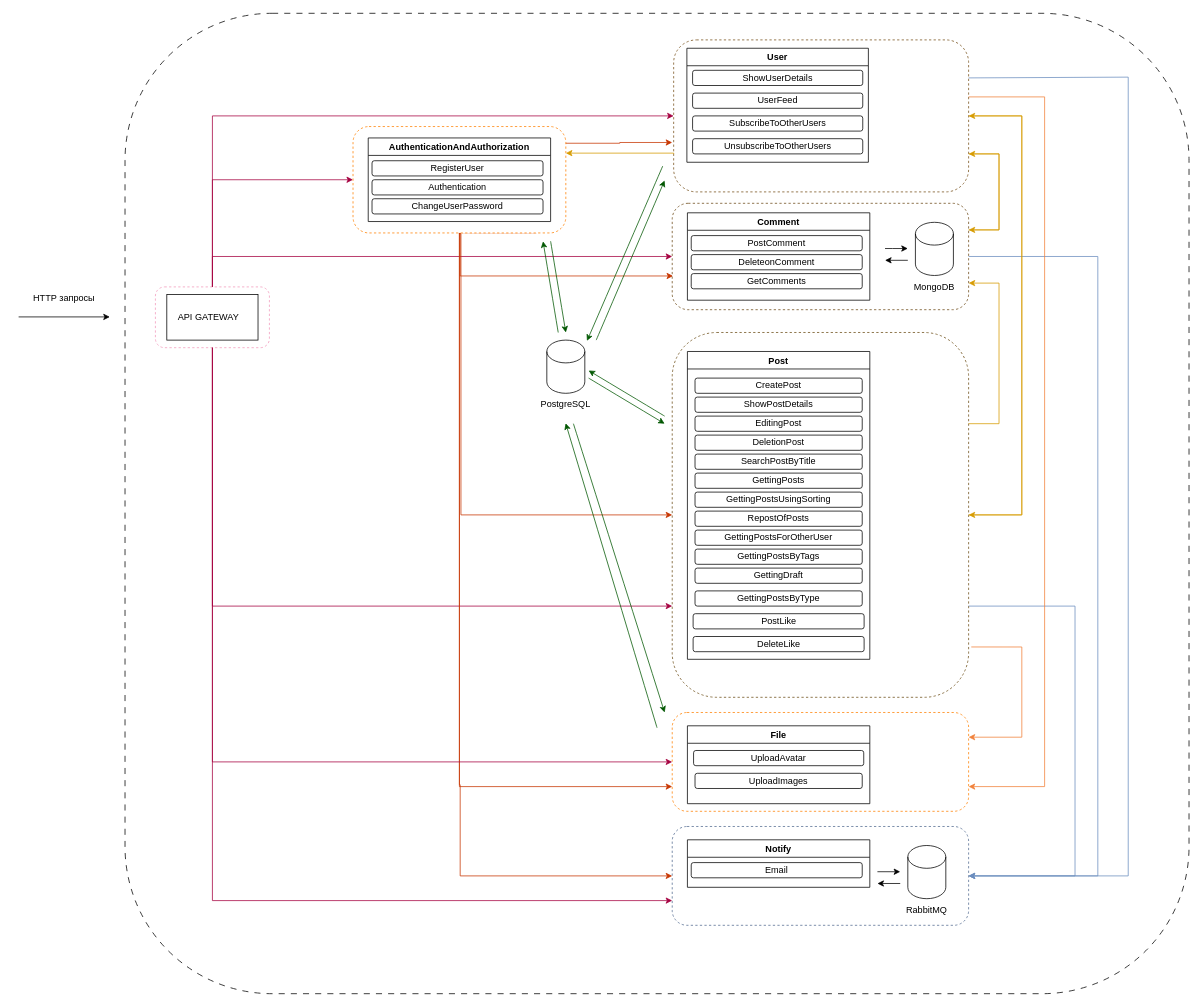
This is specification.drawio from htmlacademy-nestjs/2033003-readme-4, a draw.io file, before an edit. Source tidied: cells renumbered, new cells numbered last; positions are measured from the earlier drawing's top-left corner, leaving out a move shared by most shapes. Both pictures are drawn from the tidied source at 76%, with x=0, y=0 at pixel (18, 13).
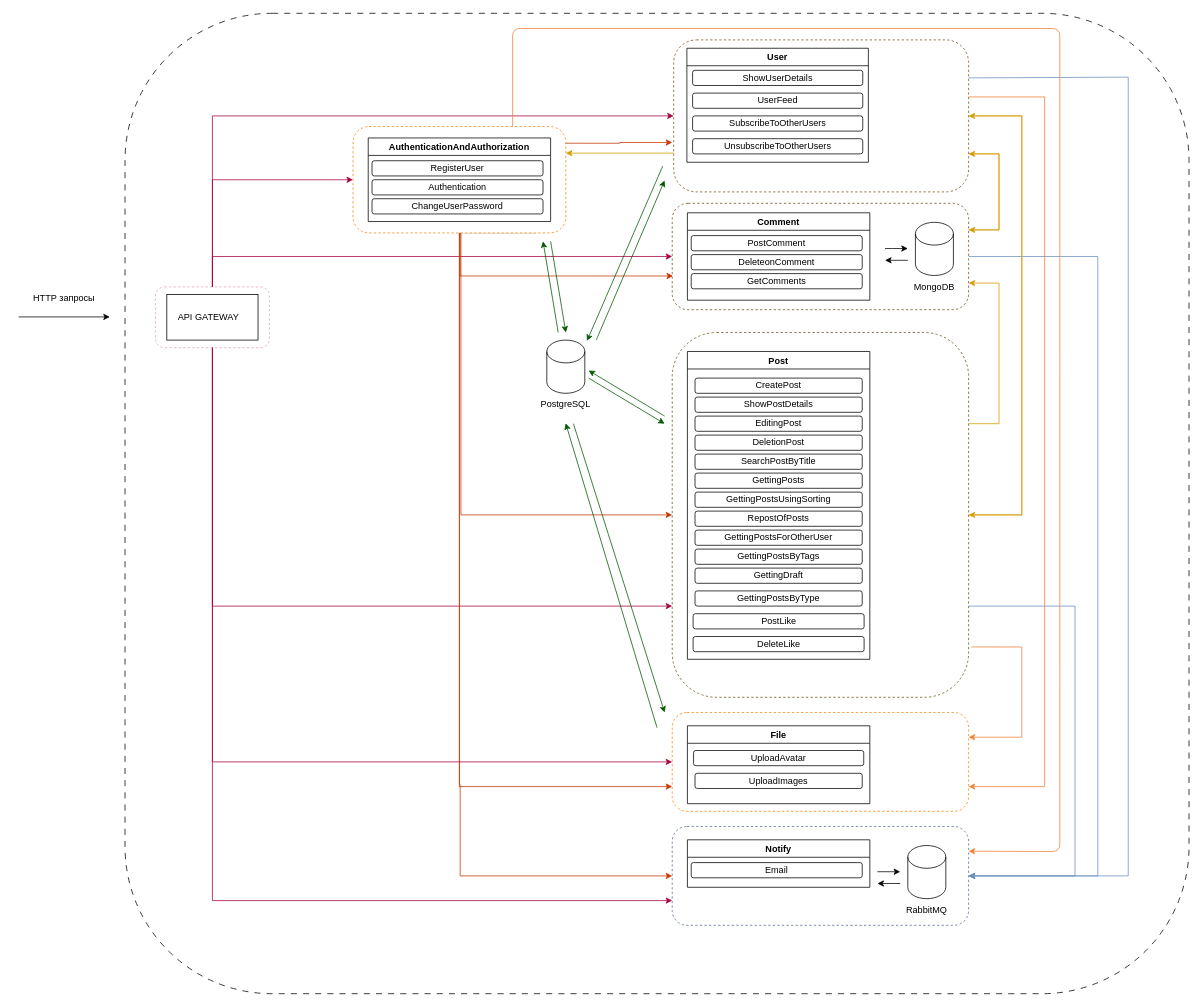
After the change.

Unchanged cells that the change refers to:
```xml
<mxCell id="16" style="rounded=1;whiteSpace=wrap;html=1;dashed=1;strokeColor=#546c90;" parent="15" vertex="1">
  <mxGeometry width="390" height="130" as="geometry" />
</mxCell>
<mxCell id="30" style="rounded=1;whiteSpace=wrap;html=1;dashed=1;strokeColor=#FF8000;" parent="29" vertex="1">
  <mxGeometry width="280" height="140" as="geometry" />
</mxCell>
```

Change to the diagram source:
```diff
@@
+    <mxCell id="100" style="edgeStyle=none;html=1;exitX=0.75;exitY=0;exitDx=0;exitDy=0;entryX=1;entryY=0.25;entryDx=0;entryDy=0;strokeColor=#f1803a;" parent="1" edge="1" source="30" target="16">
+      <mxGeometry relative="1" as="geometry">
+        <Array as="points">
+          <mxPoint x="650" y="20" />
+          <mxPoint x="1370" y="20" />
+          <mxPoint x="1370" y="460" />
+          <mxPoint x="1370" y="870" />
+          <mxPoint x="1370" y="1103" />
+        </Array>
+      </mxGeometry>
+    </mxCell>
```
